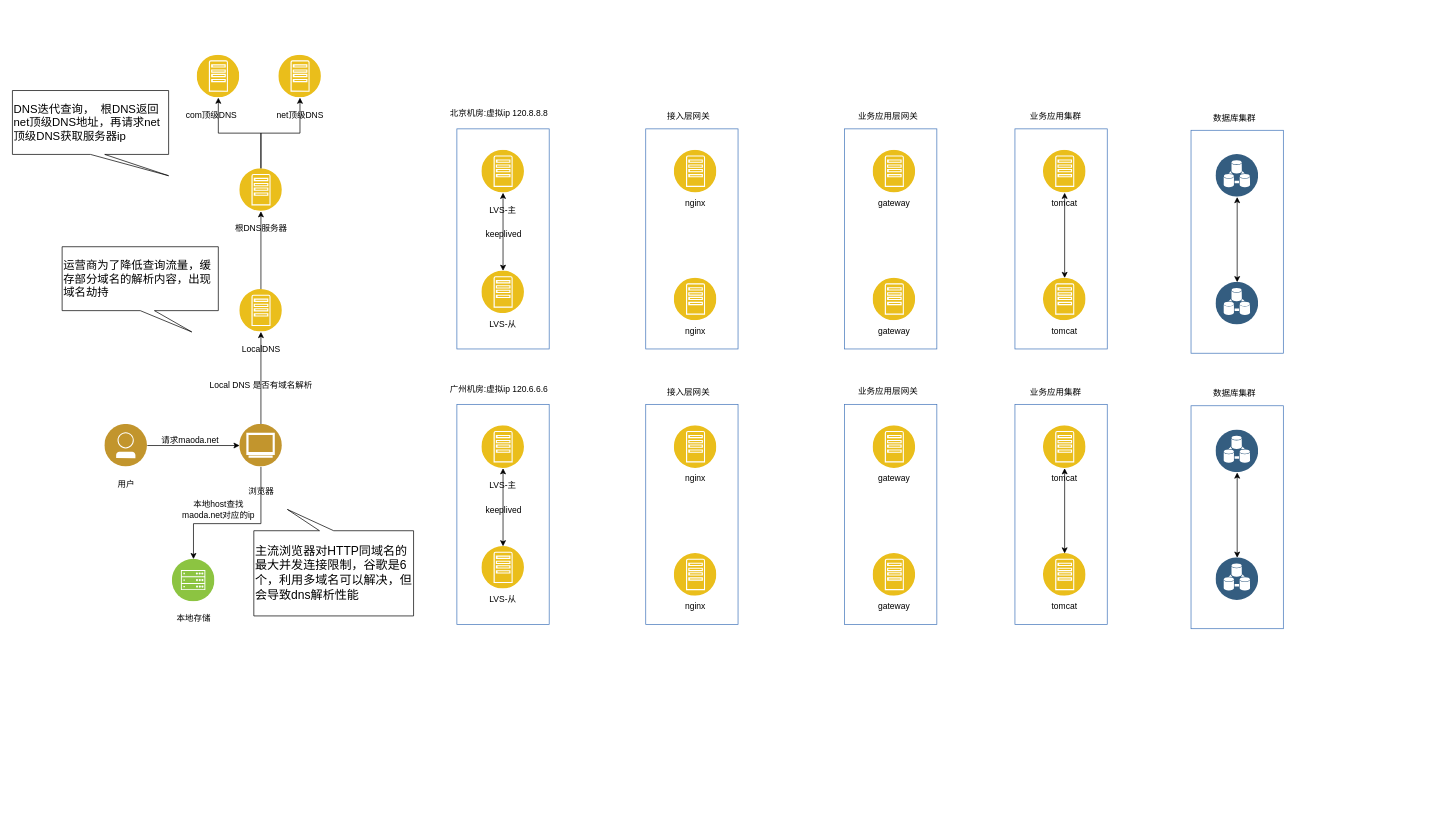
The draw.io diagram HTTP请求响应的全链路.drawio in ChengziMao/helloword, before the edit. Source tidied: cells renumbered, new cells numbered last; positions are measured from the earlier drawing's top-left corner, leaving out a move shared by most shapes. Both pictures are drawn from the tidied source at 71%, with x=0, y=0 at pixel (12, 55).
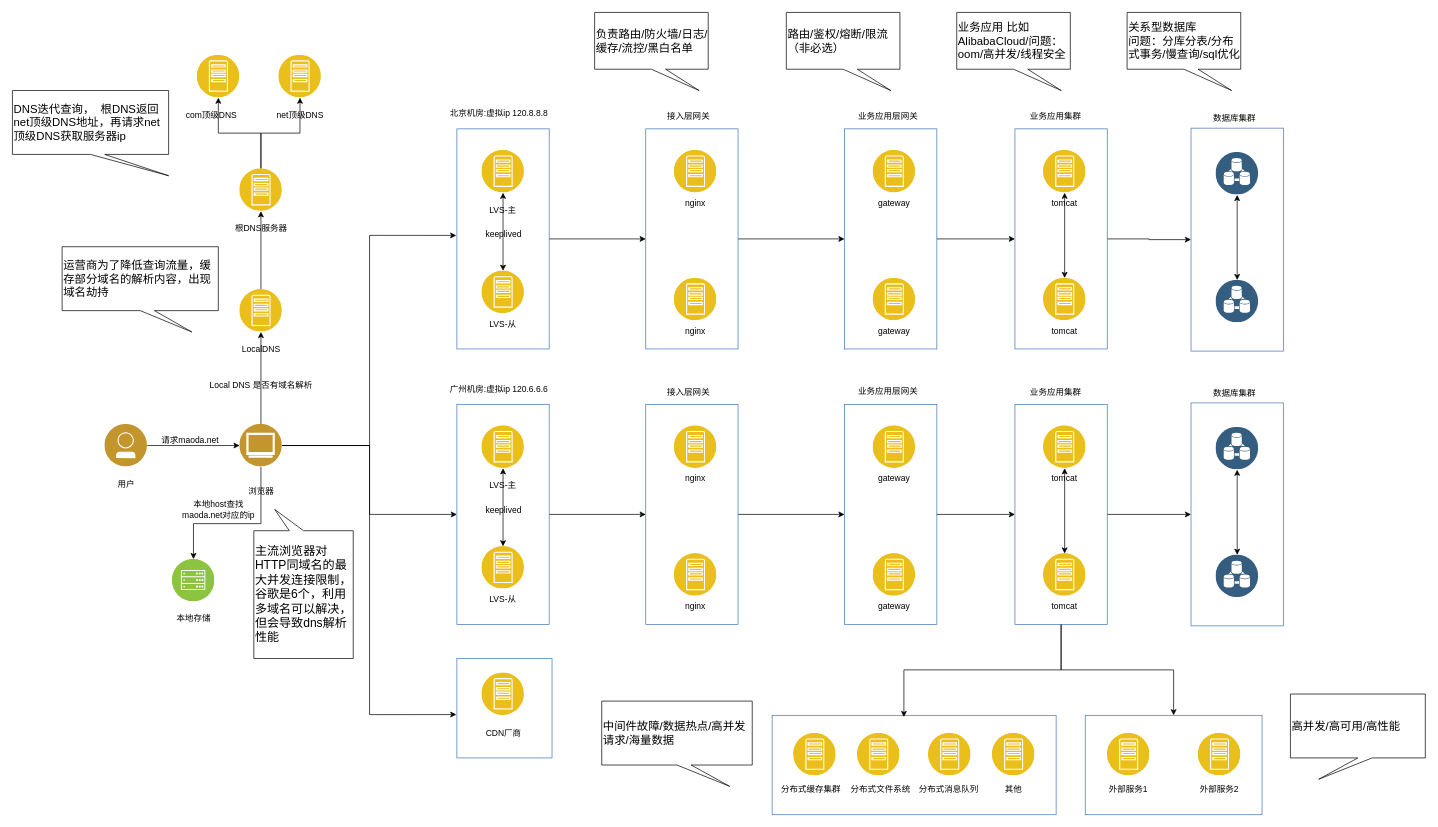
The same page after the edit.

Commit message (it also covers changes not shown here):
更新HTTP请求响应的全链路.drawio

The change refers to these unchanged cells:
```xml
<mxCell id="7" style="image;perimeter=ellipsePerimeter;html=1;align=center;shadow=0;dashed=0;fontColor=#4277BB;labelBackgroundColor=default;fontSize=12;spacingTop=3;image=img/lib/ibm/users/browser.svg;" parent="1" vertex="1">
  <mxGeometry x="320" y="520" width="60" height="60" as="geometry" />
</mxCell>
<mxCell id="28" style="fontStyle=0;verticalAlign=top;align=center;spacingTop=-2;fillColor=none;rounded=0;whiteSpace=wrap;html=1;strokeColor=#4376BB;strokeWidth=1;dashed=0;" parent="1" vertex="1">
  <mxGeometry x="626" y="104" width="130" height="310" as="geometry" />
</mxCell>
<mxCell id="35" style="fontStyle=0;verticalAlign=top;align=center;spacingTop=-2;fillColor=none;rounded=0;whiteSpace=wrap;html=1;strokeColor=#4376BB;strokeWidth=1;dashed=0;" parent="1" vertex="1">
  <mxGeometry x="892" y="104" width="130" height="310" as="geometry" />
</mxCell>
<mxCell id="40" style="fontStyle=0;verticalAlign=top;align=center;spacingTop=-2;fillColor=none;rounded=0;whiteSpace=wrap;html=1;strokeColor=#4376BB;strokeWidth=1;dashed=0;" parent="1" vertex="1">
  <mxGeometry x="1172" y="104" width="130" height="310" as="geometry" />
</mxCell>
<mxCell id="45" style="fontStyle=0;verticalAlign=top;align=center;spacingTop=-2;fillColor=none;rounded=0;whiteSpace=wrap;html=1;strokeColor=#4376BB;strokeWidth=1;dashed=0;" parent="1" vertex="1">
  <mxGeometry x="1412" y="104" width="130" height="310" as="geometry" />
</mxCell>
<mxCell id="60" style="fontStyle=0;verticalAlign=top;align=center;spacingTop=-2;fillColor=none;rounded=0;whiteSpace=wrap;html=1;strokeColor=#4376BB;strokeWidth=1;dashed=0;" parent="1" vertex="1">
  <mxGeometry x="626" y="492" width="130" height="310" as="geometry" />
</mxCell>
<mxCell id="67" style="fontStyle=0;verticalAlign=top;align=center;spacingTop=-2;fillColor=none;rounded=0;whiteSpace=wrap;html=1;strokeColor=#4376BB;strokeWidth=1;dashed=0;" parent="1" vertex="1">
  <mxGeometry x="892" y="492" width="130" height="310" as="geometry" />
</mxCell>
<mxCell id="72" style="fontStyle=0;verticalAlign=top;align=center;spacingTop=-2;fillColor=none;rounded=0;whiteSpace=wrap;html=1;strokeColor=#4376BB;strokeWidth=1;dashed=0;" parent="1" vertex="1">
  <mxGeometry x="1172" y="492" width="130" height="310" as="geometry" />
</mxCell>
<mxCell id="77" style="fontStyle=0;verticalAlign=top;align=center;spacingTop=-2;fillColor=none;rounded=0;whiteSpace=wrap;html=1;strokeColor=#4376BB;strokeWidth=1;dashed=0;" parent="1" vertex="1">
  <mxGeometry x="1412" y="492" width="130" height="310" as="geometry" />
</mxCell>
```

What changed in the source:
```diff
@@
+    <mxCell id="92" style="edgeStyle=orthogonalEdgeStyle;rounded=0;jettySize=auto;html=1;entryX=0;entryY=0.5;entryDx=0;entryDy=0;" parent="1" edge="1" source="7" target="60">
+      <mxGeometry relative="1" as="geometry" />
+    </mxCell>
@@
     <mxCell id="27" value="主流浏览器对HTTP同域名的最大并发连接限制，谷歌是6个，利用多域名可以解决，但会导致dns解析性能" style="shape=callout;whiteSpace=wrap;html=1;perimeter=calloutPerimeter;direction=west;position2=0.79;align=left;fontSize=17;" parent="1" vertex="1">
-      <mxGeometry x="340" y="640" width="225" height="150" as="geometry" />
+      <mxGeometry x="340" y="640" width="140" height="210" as="geometry" />
     </mxCell>
+    <mxCell id="93" style="edgeStyle=orthogonalEdgeStyle;rounded=0;jettySize=auto;html=1;entryX=0;entryY=0.5;entryDx=0;entryDy=0;" parent="1" edge="1" source="28" target="35">
+      <mxGeometry relative="1" as="geometry" />
+    </mxCell>
@@
+    <mxCell id="94" style="edgeStyle=orthogonalEdgeStyle;rounded=0;jettySize=auto;html=1;entryX=0;entryY=0.5;entryDx=0;entryDy=0;" parent="1" edge="1" source="35" target="40">
+      <mxGeometry relative="1" as="geometry" />
+    </mxCell>
@@
+    <mxCell id="95" style="edgeStyle=orthogonalEdgeStyle;rounded=0;jettySize=auto;html=1;" parent="1" edge="1" source="40" target="45">
+      <mxGeometry relative="1" as="geometry" />
+    </mxCell>
@@
+    <mxCell id="96" style="edgeStyle=orthogonalEdgeStyle;rounded=0;jettySize=auto;html=1;entryX=0;entryY=0.5;entryDx=0;entryDy=0;" parent="1" edge="1" source="45" target="51">
+      <mxGeometry relative="1" as="geometry" />
+    </mxCell>
@@
     <mxCell id="51" style="fontStyle=0;verticalAlign=top;align=center;spacingTop=-2;fillColor=none;rounded=0;whiteSpace=wrap;html=1;strokeColor=#4376BB;strokeWidth=1;dashed=0;" parent="1" vertex="1">
-      <mxGeometry x="1660" y="106" width="130" height="314" as="geometry" />
+      <mxGeometry x="1660" y="103" width="130" height="314" as="geometry" />
     </mxCell>
@@
+    <mxCell id="97" style="edgeStyle=orthogonalEdgeStyle;rounded=0;jettySize=auto;html=1;entryX=0;entryY=0.5;entryDx=0;entryDy=0;" parent="1" edge="1" source="60" target="67">
+      <mxGeometry relative="1" as="geometry" />
+    </mxCell>
@@
+    <mxCell id="98" style="edgeStyle=orthogonalEdgeStyle;rounded=0;jettySize=auto;html=1;entryX=0;entryY=0.5;entryDx=0;entryDy=0;" parent="1" edge="1" source="67" target="72">
+      <mxGeometry relative="1" as="geometry" />
+    </mxCell>
@@
+    <mxCell id="99" style="edgeStyle=orthogonalEdgeStyle;rounded=0;jettySize=auto;html=1;entryX=0;entryY=0.5;entryDx=0;entryDy=0;" parent="1" edge="1" source="72" target="77">
+      <mxGeometry relative="1" as="geometry" />
+    </mxCell>
@@
+    <mxCell id="100" style="edgeStyle=orthogonalEdgeStyle;rounded=0;jettySize=auto;html=1;" parent="1" edge="1" source="77" target="119">
+      <mxGeometry relative="1" as="geometry" />
+    </mxCell>
+    <mxCell id="101" style="edgeStyle=orthogonalEdgeStyle;rounded=0;jettySize=auto;html=1;entryX=0;entryY=0.5;entryDx=0;entryDy=0;" parent="1" edge="1" source="77" target="83">
+      <mxGeometry relative="1" as="geometry" />
+    </mxCell>
@@
     <mxCell id="83" style="fontStyle=0;verticalAlign=top;align=center;spacingTop=-2;fillColor=none;rounded=0;whiteSpace=wrap;html=1;strokeColor=#4376BB;strokeWidth=1;dashed=0;" parent="1" vertex="1">
-      <mxGeometry x="1660" y="494" width="130" height="314" as="geometry" />
+      <mxGeometry x="1660" y="490" width="130" height="314" as="geometry" />
     </mxCell>
@@
+    <mxCell id="102" value="负责路由/防火墙/日志/缓存/流控/黑白名单" style="shape=callout;whiteSpace=wrap;html=1;perimeter=calloutPerimeter;position2=0.92;align=left;fontSize=16;" parent="1" vertex="1">
+      <mxGeometry x="820" y="-60" width="160" height="110" as="geometry" />
+    </mxCell>
+    <mxCell id="103" value="路由/鉴权/熔断/限流（非必选）" style="shape=callout;whiteSpace=wrap;html=1;perimeter=calloutPerimeter;position2=0.92;align=left;fontSize=16;" parent="1" vertex="1">
+      <mxGeometry x="1090" y="-60" width="160" height="110" as="geometry" />
+    </mxCell>
+    <mxCell id="104" value="业务应用 比如 AlibabaCloud/问题：oom/高并发/线程安全" style="shape=callout;whiteSpace=wrap;html=1;perimeter=calloutPerimeter;position2=0.92;align=left;fontSize=16;" parent="1" vertex="1">
+      <mxGeometry x="1330" y="-60" width="160" height="110" as="geometry" />
+    </mxCell>
+    <mxCell id="105" value="关系型数据库&lt;div&gt;问题：分库分表/分布式事务/慢查询/sql优化&lt;/div&gt;" style="shape=callout;whiteSpace=wrap;html=1;perimeter=calloutPerimeter;position2=0.92;align=left;fontSize=16;" parent="1" vertex="1">
+      <mxGeometry x="1570" y="-60" width="160" height="110" as="geometry" />
+    </mxCell>
+    <mxCell id="106" style="fontStyle=0;verticalAlign=top;align=center;spacingTop=-2;fillColor=none;rounded=0;whiteSpace=wrap;html=1;strokeColor=#4376BB;strokeWidth=1;dashed=0;" parent="1" vertex="1">
+      <mxGeometry x="626" y="850" width="134" height="140" as="geometry" />
+    </mxCell>
+    <mxCell id="107" style="image;perimeter=ellipsePerimeter;html=1;align=center;shadow=0;dashed=0;fontColor=#4277BB;labelBackgroundColor=default;fontSize=12;spacingTop=3;image=img/lib/ibm/applications/app_server.svg;" parent="106" vertex="1">
+      <mxGeometry x="35" y="20" width="60" height="60" as="geometry" />
+    </mxCell>
+    <mxCell id="108" value="CDN厂商" style="text;html=1;align=center;verticalAlign=middle;whiteSpace=wrap;rounded=0;" parent="106" vertex="1">
+      <mxGeometry x="36" y="90" width="60" height="30" as="geometry" />
+    </mxCell>
+    <mxCell id="109" style="edgeStyle=orthogonalEdgeStyle;rounded=0;jettySize=auto;html=1;entryX=-0.007;entryY=0.484;entryDx=0;entryDy=0;entryPerimeter=0;" parent="1" edge="1" source="7" target="28">
+      <mxGeometry relative="1" as="geometry" />
+    </mxCell>
+    <mxCell id="110" style="edgeStyle=orthogonalEdgeStyle;rounded=0;jettySize=auto;html=1;entryX=-0.006;entryY=0.564;entryDx=0;entryDy=0;entryPerimeter=0;" parent="1" edge="1" source="7" target="106">
+      <mxGeometry relative="1" as="geometry" />
+    </mxCell>
+    <mxCell id="111" style="fontStyle=0;verticalAlign=top;align=center;spacingTop=-2;fillColor=none;rounded=0;whiteSpace=wrap;html=1;strokeColor=#4376BB;strokeWidth=1;dashed=0;" parent="1" vertex="1">
+      <mxGeometry x="1070" y="930" width="400" height="140" as="geometry" />
+    </mxCell>
+    <mxCell id="112" style="image;perimeter=ellipsePerimeter;html=1;align=center;shadow=0;dashed=0;fontColor=#4277BB;labelBackgroundColor=default;fontSize=12;spacingTop=3;image=img/lib/ibm/applications/app_server.svg;" parent="111" vertex="1">
+      <mxGeometry x="30" y="25" width="60" height="60" as="geometry" />
+    </mxCell>
+    <mxCell id="113" style="image;perimeter=ellipsePerimeter;html=1;align=center;shadow=0;dashed=0;fontColor=#4277BB;labelBackgroundColor=default;fontSize=12;spacingTop=3;image=img/lib/ibm/applications/app_server.svg;" parent="111" vertex="1">
+      <mxGeometry x="120" y="25" width="60" height="60" as="geometry" />
+    </mxCell>
+    <mxCell id="114" style="image;perimeter=ellipsePerimeter;html=1;align=center;shadow=0;dashed=0;fontColor=#4277BB;labelBackgroundColor=default;fontSize=12;spacingTop=3;image=img/lib/ibm/applications/app_server.svg;" parent="111" vertex="1">
+      <mxGeometry x="220" y="25" width="60" height="60" as="geometry" />
+    </mxCell>
+    <mxCell id="115" style="image;perimeter=ellipsePerimeter;html=1;align=center;shadow=0;dashed=0;fontColor=#4277BB;labelBackgroundColor=default;fontSize=12;spacingTop=3;image=img/lib/ibm/applications/app_server.svg;" parent="111" vertex="1">
+      <mxGeometry x="310" y="25" width="60" height="60" as="geometry" />
+    </mxCell>
+    <mxCell id="116" value="分布式缓存集群" style="text;html=1;align=center;verticalAlign=middle;whiteSpace=wrap;rounded=0;" parent="111" vertex="1">
+      <mxGeometry x="10" y="90" width="90" height="30" as="geometry" />
+    </mxCell>
+    <mxCell id="117" value="分布式消息队列" style="text;html=1;align=center;verticalAlign=middle;whiteSpace=wrap;rounded=0;" parent="111" vertex="1">
+      <mxGeometry x="204" y="90" width="90" height="30" as="geometry" />
+    </mxCell>
+    <mxCell id="118" value="其他" style="text;html=1;align=center;verticalAlign=middle;whiteSpace=wrap;rounded=0;" parent="111" vertex="1">
+      <mxGeometry x="310" y="90" width="60" height="30" as="geometry" />
+    </mxCell>
+    <mxCell id="119" style="fontStyle=0;verticalAlign=top;align=center;spacingTop=-2;fillColor=none;rounded=0;whiteSpace=wrap;html=1;strokeColor=#4376BB;strokeWidth=1;dashed=0;" parent="1" vertex="1">
+      <mxGeometry x="1511" y="930" width="249" height="140" as="geometry" />
+    </mxCell>
+    <mxCell id="120" style="image;perimeter=ellipsePerimeter;html=1;align=center;shadow=0;dashed=0;fontColor=#4277BB;labelBackgroundColor=default;fontSize=12;spacingTop=3;image=img/lib/ibm/applications/app_server.svg;" parent="119" vertex="1">
+      <mxGeometry x="31" y="25" width="60" height="60" as="geometry" />
+    </mxCell>
+    <mxCell id="121" style="image;perimeter=ellipsePerimeter;html=1;align=center;shadow=0;dashed=0;fontColor=#4277BB;labelBackgroundColor=default;fontSize=12;spacingTop=3;image=img/lib/ibm/applications/app_server.svg;" parent="119" vertex="1">
+      <mxGeometry x="159" y="25" width="60" height="60" as="geometry" />
+    </mxCell>
+    <mxCell id="122" value="外部服务1" style="text;html=1;align=center;verticalAlign=middle;whiteSpace=wrap;rounded=0;" parent="119" vertex="1">
+      <mxGeometry x="31" y="90" width="60" height="30" as="geometry" />
+    </mxCell>
+    <mxCell id="123" value="外部服务2" style="text;html=1;align=center;verticalAlign=middle;whiteSpace=wrap;rounded=0;" parent="119" vertex="1">
+      <mxGeometry x="159" y="90" width="60" height="30" as="geometry" />
+    </mxCell>
+    <mxCell id="124" value="分布式文件系统" style="text;html=1;align=center;verticalAlign=middle;whiteSpace=wrap;rounded=0;" parent="1" vertex="1">
+      <mxGeometry x="1178" y="1020" width="90" height="30" as="geometry" />
+    </mxCell>
+    <mxCell id="125" style="edgeStyle=orthogonalEdgeStyle;rounded=0;jettySize=auto;html=1;entryX=0.464;entryY=0.017;entryDx=0;entryDy=0;entryPerimeter=0;" parent="1" edge="1" source="77" target="111">
+      <mxGeometry relative="1" as="geometry" />
+    </mxCell>
+    <mxCell id="126" value="中间件故障/数据热点/高并发请求/海量数据" style="shape=callout;whiteSpace=wrap;html=1;perimeter=calloutPerimeter;position2=0.85;align=left;fontSize=16;" parent="1" vertex="1">
+      <mxGeometry x="830" y="910" width="212" height="120" as="geometry" />
+    </mxCell>
+    <mxCell id="127" value="高并发/高可用/高性能" style="shape=callout;whiteSpace=wrap;html=1;perimeter=calloutPerimeter;position2=0.21;align=left;fontSize=16;" parent="1" vertex="1">
+      <mxGeometry x="1800" y="900" width="190" height="120" as="geometry" />
+    </mxCell>
```
